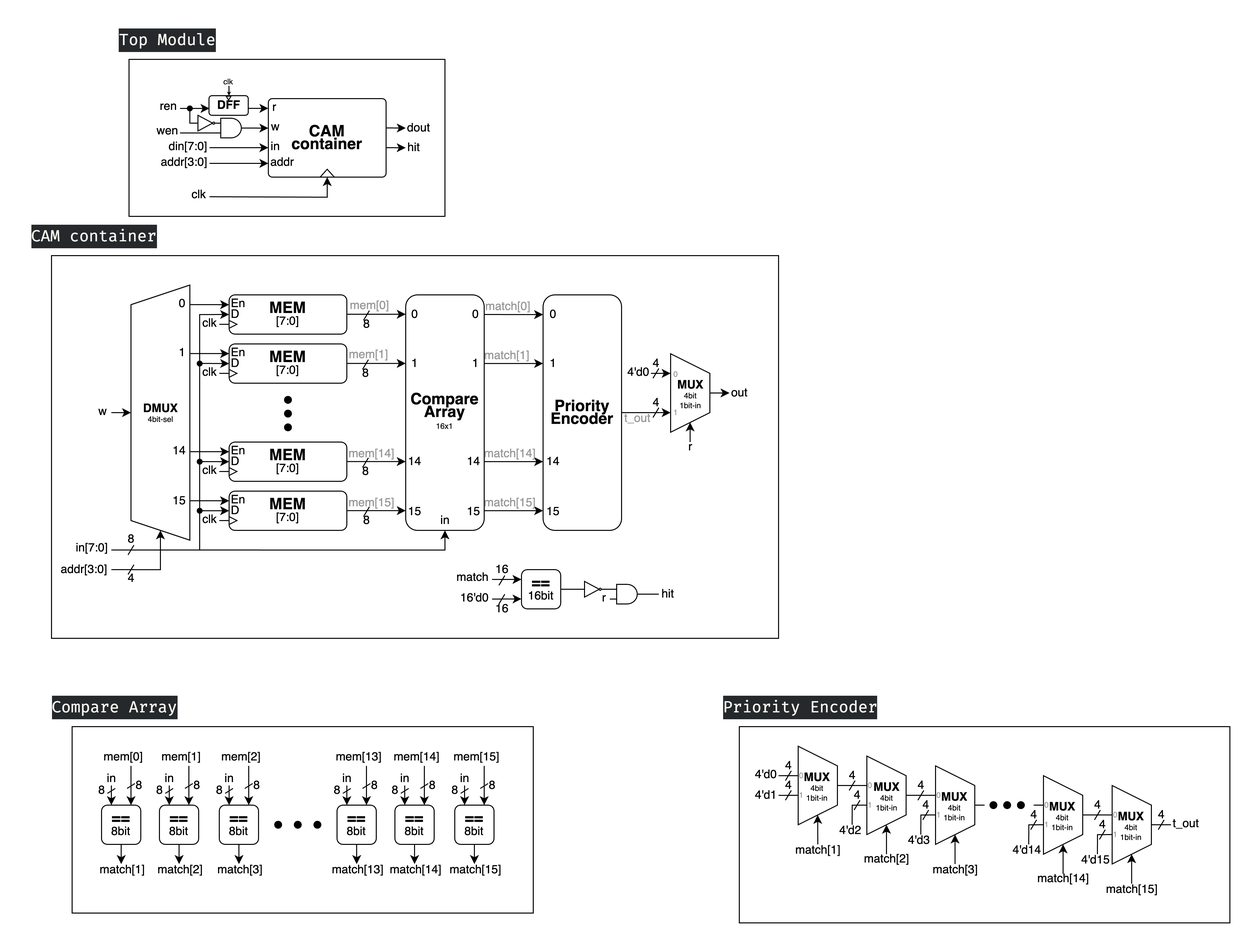
The draw.io diagram roger/Lab4/Circuit Diagram/a1.png in rogerfan48/Course-Soph1-HDL, before a commit. Source tidied: cells renumbered, new cells last; positions are measured from the earlier drawing's top-left corner, leaving out a move shared by most shapes.
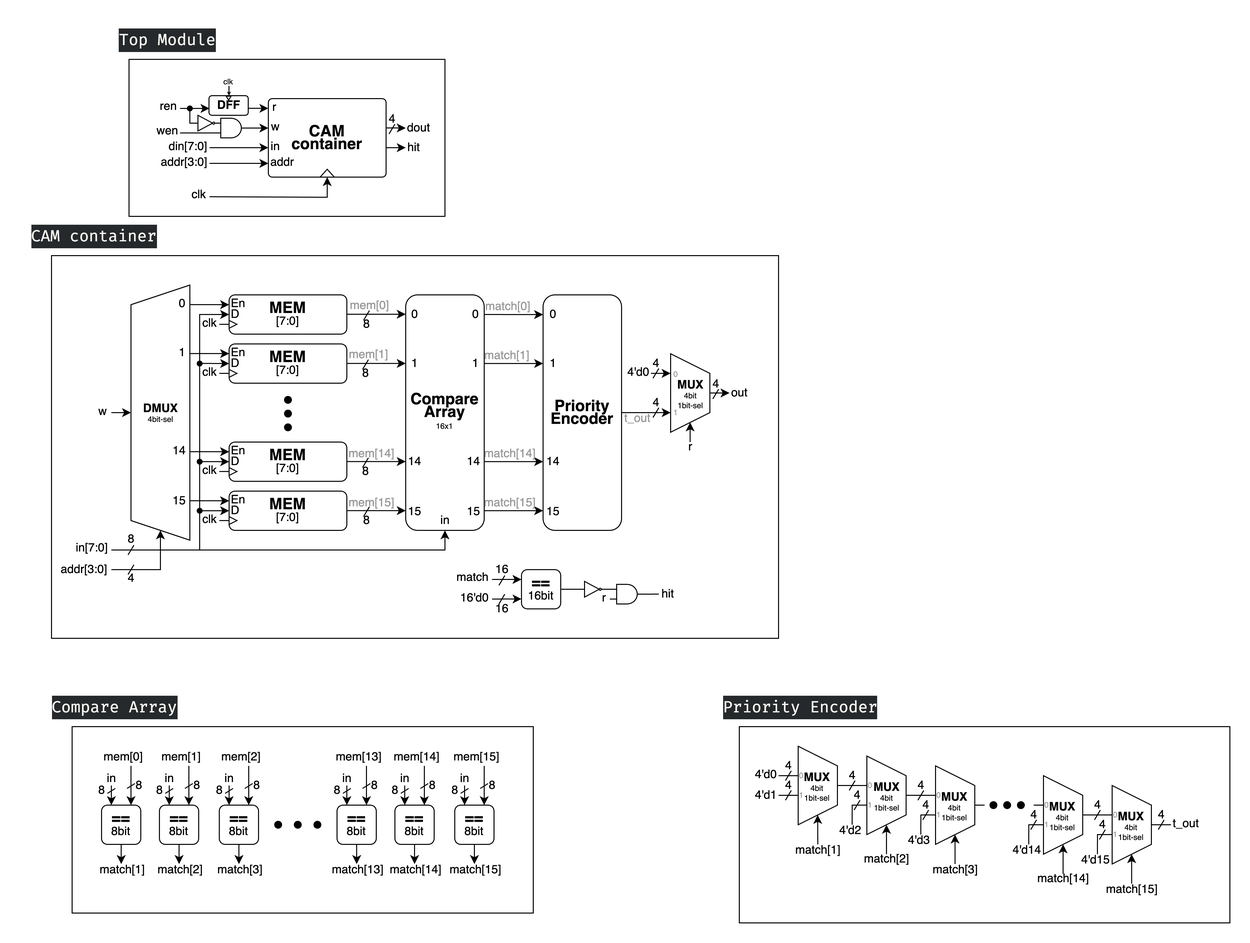
The same file after the commit.

The edit, as a diff of the source:
```diff
@@ -2,6 +2,9 @@
   <root>
     <mxCell id="0" />
     <mxCell id="1" parent="0" />
+    <mxCell id="336" style="rounded=0;whiteSpace=wrap;html=1;fillColor=none;" parent="1" vertex="1">
+      <mxGeometry x="733" y="720" width="500" height="200" as="geometry" />
+    </mxCell>
     <mxCell id="2" style="group;" parent="1" vertex="1">
       <mxGeometry x="1018" y="795" width="30" height="30" as="geometry" />
     </mxCell>
@@ -659,7 +662,7 @@
         <mxPoint x="18" y="20" as="targetPoint" />
       </mxGeometry>
     </mxCell>
-    <mxCell id="164" value="&lt;b&gt;MUX&lt;/b&gt;&lt;div style=&quot;font-size: 8px;&quot;&gt;&lt;font style=&quot;font-size: 8px;&quot;&gt;4bit&lt;/font&gt;&lt;/div&gt;&lt;div style=&quot;font-size: 8px;&quot;&gt;&lt;font style=&quot;font-size: 8px;&quot;&gt;1bit-in&lt;/font&gt;&lt;/div&gt;" style="text;html=1;align=center;verticalAlign=middle;strokeColor=none;fillColor=none;" parent="1" vertex="1">
+    <mxCell id="164" value="&lt;b&gt;MUX&lt;/b&gt;&lt;div style=&quot;font-size: 8px;&quot;&gt;&lt;font style=&quot;font-size: 8px;&quot;&gt;4bit&lt;/font&gt;&lt;/div&gt;&lt;div style=&quot;font-size: 8px;&quot;&gt;&lt;font style=&quot;font-size: 8px;&quot;&gt;1bit-sel&lt;/font&gt;&lt;/div&gt;" style="text;html=1;align=center;verticalAlign=middle;strokeColor=none;fillColor=none;" parent="1" vertex="1">
       <mxGeometry x="658" y="356" width="50" height="50" as="geometry" />
     </mxCell>
     <mxCell id="165" value="&lt;b&gt;DFF&lt;/b&gt;" style="rounded=1;whiteSpace=wrap;html=1;" parent="1" vertex="1">
@@ -1082,7 +1085,7 @@
     <mxCell id="269" value="4'd0" style="text;html=1;align=center;verticalAlign=middle;strokeColor=none;fillColor=none;" parent="1" vertex="1">
       <mxGeometry x="735" y="754" width="50" height="30" as="geometry" />
     </mxCell>
-    <mxCell id="270" value="&lt;b&gt;MUX&lt;/b&gt;&lt;div style=&quot;font-size: 8px;&quot;&gt;&lt;font style=&quot;font-size: 8px;&quot;&gt;4bit&lt;/font&gt;&lt;/div&gt;&lt;div style=&quot;font-size: 8px;&quot;&gt;&lt;font style=&quot;font-size: 8px;&quot;&gt;1bit-in&lt;/font&gt;&lt;/div&gt;" style="text;html=1;align=center;verticalAlign=middle;strokeColor=none;fillColor=none;" parent="1" vertex="1">
+    <mxCell id="270" value="&lt;b&gt;MUX&lt;/b&gt;&lt;div style=&quot;font-size: 8px;&quot;&gt;&lt;font style=&quot;font-size: 8px;&quot;&gt;4bit&lt;/font&gt;&lt;/div&gt;&lt;div style=&quot;font-size: 8px;&quot;&gt;&lt;font style=&quot;font-size: 8px;&quot;&gt;1bit-sel&lt;/font&gt;&lt;/div&gt;" style="text;html=1;align=center;verticalAlign=middle;strokeColor=none;fillColor=none;" parent="1" vertex="1">
       <mxGeometry x="787" y="756" width="50" height="50" as="geometry" />
     </mxCell>
     <mxCell id="271" value="4'd1" style="text;html=1;align=center;verticalAlign=middle;strokeColor=none;fillColor=none;" parent="1" vertex="1">
@@ -1138,7 +1141,7 @@
     <mxCell id="282" value="match[2]" style="text;html=1;align=center;verticalAlign=middle;strokeColor=none;fillColor=none;" parent="1" vertex="1">
       <mxGeometry x="848" y="840" width="70" height="30" as="geometry" />
     </mxCell>
-    <mxCell id="283" value="&lt;b&gt;MUX&lt;/b&gt;&lt;div style=&quot;font-size: 8px;&quot;&gt;&lt;font style=&quot;font-size: 8px;&quot;&gt;4bit&lt;/font&gt;&lt;/div&gt;&lt;div style=&quot;font-size: 8px;&quot;&gt;&lt;font style=&quot;font-size: 8px;&quot;&gt;1bit-in&lt;/font&gt;&lt;/div&gt;" style="text;html=1;align=center;verticalAlign=middle;strokeColor=none;fillColor=none;" parent="1" vertex="1">
+    <mxCell id="283" value="&lt;b&gt;MUX&lt;/b&gt;&lt;div style=&quot;font-size: 8px;&quot;&gt;&lt;font style=&quot;font-size: 8px;&quot;&gt;4bit&lt;/font&gt;&lt;/div&gt;&lt;div style=&quot;font-size: 8px;&quot;&gt;&lt;font style=&quot;font-size: 8px;&quot;&gt;1bit-sel&lt;/font&gt;&lt;/div&gt;" style="text;html=1;align=center;verticalAlign=middle;strokeColor=none;fillColor=none;" parent="1" vertex="1">
       <mxGeometry x="858" y="766" width="50" height="50" as="geometry" />
     </mxCell>
     <mxCell id="284" value="4'd2" style="text;html=1;align=center;verticalAlign=middle;strokeColor=none;fillColor=none;" parent="1" vertex="1">
@@ -1182,7 +1185,7 @@
     <mxCell id="292" value="match[3]" style="text;html=1;align=center;verticalAlign=middle;strokeColor=none;fillColor=none;" parent="1" vertex="1">
       <mxGeometry x="918" y="851" width="70" height="30" as="geometry" />
     </mxCell>
-    <mxCell id="293" value="&lt;b&gt;MUX&lt;/b&gt;&lt;div style=&quot;font-size: 8px;&quot;&gt;&lt;font style=&quot;font-size: 8px;&quot;&gt;4bit&lt;/font&gt;&lt;/div&gt;&lt;div style=&quot;font-size: 8px;&quot;&gt;&lt;font style=&quot;font-size: 8px;&quot;&gt;1bit-in&lt;/font&gt;&lt;/div&gt;" style="text;html=1;align=center;verticalAlign=middle;strokeColor=none;fillColor=none;" parent="1" vertex="1">
+    <mxCell id="293" value="&lt;b&gt;MUX&lt;/b&gt;&lt;div style=&quot;font-size: 8px;&quot;&gt;&lt;font style=&quot;font-size: 8px;&quot;&gt;4bit&lt;/font&gt;&lt;/div&gt;&lt;div style=&quot;font-size: 8px;&quot;&gt;&lt;font style=&quot;font-size: 8px;&quot;&gt;1bit-sel&lt;/font&gt;&lt;/div&gt;" style="text;html=1;align=center;verticalAlign=middle;strokeColor=none;fillColor=none;" parent="1" vertex="1">
       <mxGeometry x="927" y="776" width="50" height="50" as="geometry" />
     </mxCell>
     <mxCell id="294" value="4'd3" style="text;html=1;align=center;verticalAlign=middle;strokeColor=none;fillColor=none;" parent="1" vertex="1">
@@ -1241,7 +1244,7 @@
     <mxCell id="306" value="match[14]" style="text;html=1;align=center;verticalAlign=middle;strokeColor=none;fillColor=none;" parent="1" vertex="1">
       <mxGeometry x="1023" y="860" width="80" height="30" as="geometry" />
     </mxCell>
-    <mxCell id="307" value="&lt;b&gt;MUX&lt;/b&gt;&lt;div style=&quot;font-size: 8px;&quot;&gt;&lt;font style=&quot;font-size: 8px;&quot;&gt;4bit&lt;/font&gt;&lt;/div&gt;&lt;div style=&quot;font-size: 8px;&quot;&gt;&lt;font style=&quot;font-size: 8px;&quot;&gt;1bit-in&lt;/font&gt;&lt;/div&gt;" style="text;html=1;align=center;verticalAlign=middle;strokeColor=none;fillColor=none;" parent="1" vertex="1">
+    <mxCell id="307" value="&lt;b&gt;MUX&lt;/b&gt;&lt;div style=&quot;font-size: 8px;&quot;&gt;&lt;font style=&quot;font-size: 8px;&quot;&gt;4bit&lt;/font&gt;&lt;/div&gt;&lt;div style=&quot;font-size: 8px;&quot;&gt;&lt;font style=&quot;font-size: 8px;&quot;&gt;1bit-sel&lt;/font&gt;&lt;/div&gt;" style="text;html=1;align=center;verticalAlign=middle;strokeColor=none;fillColor=none;" parent="1" vertex="1">
       <mxGeometry x="1037" y="786" width="50" height="50" as="geometry" />
     </mxCell>
     <mxCell id="308" value="4'd14" style="text;html=1;align=center;verticalAlign=middle;strokeColor=none;fillColor=none;" parent="1" vertex="1">
@@ -1285,7 +1288,7 @@
     <mxCell id="316" value="match[15]" style="text;html=1;align=center;verticalAlign=middle;strokeColor=none;fillColor=none;" parent="1" vertex="1">
       <mxGeometry x="1093" y="871" width="80" height="30" as="geometry" />
     </mxCell>
-    <mxCell id="317" value="&lt;b&gt;MUX&lt;/b&gt;&lt;div style=&quot;font-size: 8px;&quot;&gt;&lt;font style=&quot;font-size: 8px;&quot;&gt;4bit&lt;/font&gt;&lt;/div&gt;&lt;div style=&quot;font-size: 8px;&quot;&gt;&lt;font style=&quot;font-size: 8px;&quot;&gt;1bit-in&lt;/font&gt;&lt;/div&gt;" style="text;html=1;align=center;verticalAlign=middle;strokeColor=none;fillColor=none;" parent="1" vertex="1">
+    <mxCell id="317" value="&lt;b&gt;MUX&lt;/b&gt;&lt;div style=&quot;font-size: 8px;&quot;&gt;&lt;font style=&quot;font-size: 8px;&quot;&gt;4bit&lt;/font&gt;&lt;/div&gt;&lt;div style=&quot;font-size: 8px;&quot;&gt;&lt;font style=&quot;font-size: 8px;&quot;&gt;1bit-sel&lt;/font&gt;&lt;/div&gt;" style="text;html=1;align=center;verticalAlign=middle;strokeColor=none;fillColor=none;" parent="1" vertex="1">
       <mxGeometry x="1107" y="796" width="50" height="50" as="geometry" />
     </mxCell>
     <mxCell id="318" value="4'd15" style="text;html=1;align=center;verticalAlign=middle;strokeColor=none;fillColor=none;" parent="1" vertex="1">
@@ -1345,11 +1348,32 @@
     <mxCell id="335" value="t_out" style="text;html=1;align=center;verticalAlign=middle;strokeColor=none;fillColor=none;fontColor=#999999;" parent="1" vertex="1">
       <mxGeometry x="604" y="391" width="50" height="30" as="geometry" />
     </mxCell>
-    <mxCell id="336" style="rounded=0;whiteSpace=wrap;html=1;fillColor=none;" parent="1" vertex="1">
-      <mxGeometry x="733" y="720" width="500" height="200" as="geometry" />
-    </mxCell>
     <mxCell id="337" value="&lt;div style=&quot;color: rgb(248, 248, 242); background-color: rgb(38, 41, 44); font-family: &amp;quot;Fira Code&amp;quot;, Consolas, &amp;quot;Courier New&amp;quot;, monospace, Menlo, Monaco, &amp;quot;Courier New&amp;quot;, monospace; font-size: 16px; line-height: 24px; white-space-collapse: preserve;&quot;&gt;Priority Encoder&lt;/div&gt;" style="text;html=1;align=center;verticalAlign=middle;strokeColor=none;fillColor=none;" parent="1" vertex="1">
       <mxGeometry x="705" y="680" width="180" height="40" as="geometry" />
     </mxCell>
+    <mxCell id="338" style="group;" parent="1" vertex="1">
+      <mxGeometry x="694" y="356" width="30" height="30" as="geometry" />
+    </mxCell>
+    <mxCell id="339" value="4" style="text;html=1;align=center;verticalAlign=middle;strokeColor=none;fillColor=none;" parent="338" vertex="1">
+      <mxGeometry width="30" height="30" as="geometry" />
+    </mxCell>
+    <mxCell id="340" style="endArrow=none;html=1;rounded=0;" parent="338" edge="1">
+      <mxGeometry relative="1" as="geometry">
+        <mxPoint x="12" y="30" as="sourcePoint" />
+        <mxPoint x="18" y="20" as="targetPoint" />
+      </mxGeometry>
+    </mxCell>
+    <mxCell id="341" style="group;" parent="1" vertex="1">
+      <mxGeometry x="364" y="86" width="30" height="30" as="geometry" />
+    </mxCell>
+    <mxCell id="342" value="4" style="text;html=1;align=center;verticalAlign=middle;strokeColor=none;fillColor=none;" parent="341" vertex="1">
+      <mxGeometry width="30" height="30" as="geometry" />
+    </mxCell>
+    <mxCell id="343" style="endArrow=none;html=1;rounded=0;" parent="341" edge="1">
+      <mxGeometry relative="1" as="geometry">
+        <mxPoint x="12" y="30" as="sourcePoint" />
+        <mxPoint x="18" y="20" as="targetPoint" />
+      </mxGeometry>
+    </mxCell>
   </root>
 </mxGraphModel>
```
